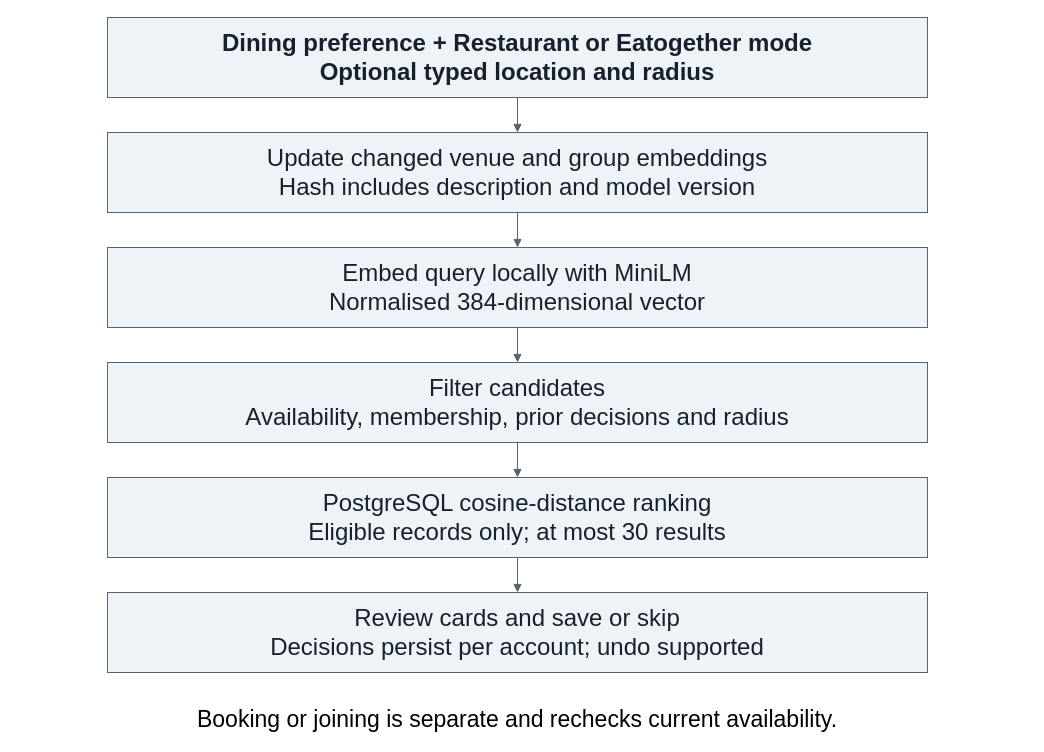
jc-ongg/26s1-sc4025-group4 keeps this draw.io diagram as page "semantic-search" (4 of 5) of reports/technical-implementation/diagrams/eatigo-technical-diagrams.drawio. Above is the earlier version. Source tidied: cells renumbered, new cells numbered last; positions are measured from the earlier drawing's top-left corner, leaving out a move shared by most shapes. Both pictures are drawn from the tidied source at 100%, with x=0, y=0 at pixel (17, 17).
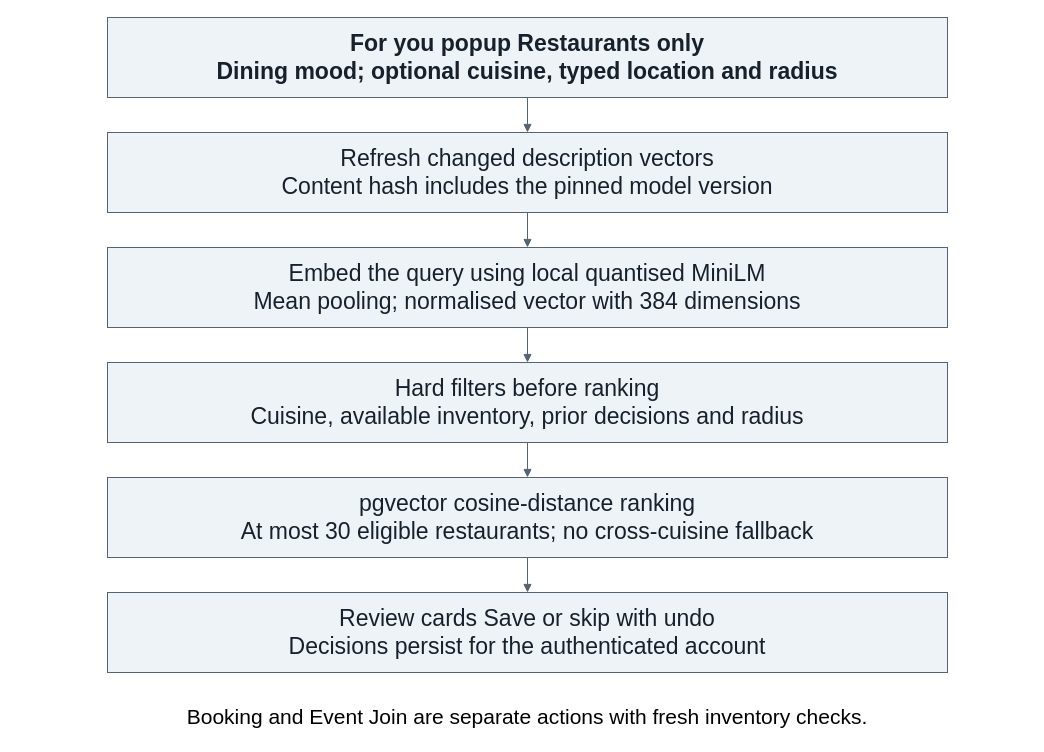
The same page after the edit.

Commit message (it also covers changes not shown here):
docs: update technical report for current EatTogether MVP

Diff of the diagram source:
```diff
@@
 <mxGraphModel>
   <root>
     <mxCell id="0" />
     <mxCell id="1" parent="0" />
-    <mxCell id="2" value="Dining preference + Restaurant or Eatogether mode&#10;Optional typed location and radius" style="rounded=0;whiteSpace=wrap;html=0;fillColor=#EEF3F7;strokeColor=#566472;fontColor=#17212B;fontSize=24;fontFamily=Arial;fontStyle=1;" parent="1" vertex="1">
-      <mxGeometry x="90" width="820" height="80" as="geometry" />
+    <mxCell id="2" value="For you popup   Restaurants only&#10;Dining mood; optional cuisine, typed location and radius" style="rounded=0;whiteSpace=wrap;html=0;fillColor=#EEF3F7;strokeColor=#566472;fontColor=#17212B;fontSize=23;fontFamily=Arial;fontStyle=1;" parent="1" vertex="1">
+      <mxGeometry x="90" width="840" height="80" as="geometry" />
     </mxCell>
     <mxCell id="3" style="edgeStyle=none;endArrow=block;html=0;fontSize=20;fontFamily=Arial;strokeColor=#566472;labelBackgroundColor=#FFFFFF;" parent="1" edge="1">
       <mxGeometry relative="1" as="geometry">
-        <mxPoint x="500" y="80" as="sourcePoint" />
-        <mxPoint x="500" y="115" as="targetPoint" />
+        <mxPoint x="510" y="80" as="sourcePoint" />
+        <mxPoint x="510" y="115" as="targetPoint" />
       </mxGeometry>
     </mxCell>
-    <mxCell id="4" value="Update changed venue and group embeddings&#10;Hash includes description and model version" style="rounded=0;whiteSpace=wrap;html=0;fillColor=#EEF3F7;strokeColor=#566472;fontColor=#17212B;fontSize=24;fontFamily=Arial;fontStyle=0;" parent="1" vertex="1">
-      <mxGeometry x="90" y="115" width="820" height="80" as="geometry" />
+    <mxCell id="4" value="Refresh changed description vectors&#10;Content hash includes the pinned model version" style="rounded=0;whiteSpace=wrap;html=0;fillColor=#EEF3F7;strokeColor=#566472;fontColor=#17212B;fontSize=23;fontFamily=Arial;fontStyle=0;" parent="1" vertex="1">
+      <mxGeometry x="90" y="115" width="840" height="80" as="geometry" />
     </mxCell>
     <mxCell id="5" style="edgeStyle=none;endArrow=block;html=0;fontSize=20;fontFamily=Arial;strokeColor=#566472;labelBackgroundColor=#FFFFFF;" parent="1" edge="1">
       <mxGeometry relative="1" as="geometry">
-        <mxPoint x="500" y="195" as="sourcePoint" />
-        <mxPoint x="500" y="230" as="targetPoint" />
+        <mxPoint x="510" y="195" as="sourcePoint" />
+        <mxPoint x="510" y="230" as="targetPoint" />
       </mxGeometry>
     </mxCell>
-    <mxCell id="6" value="Embed query locally with MiniLM&#10;Normalised 384-dimensional vector" style="rounded=0;whiteSpace=wrap;html=0;fillColor=#EEF3F7;strokeColor=#566472;fontColor=#17212B;fontSize=24;fontFamily=Arial;fontStyle=0;" parent="1" vertex="1">
-      <mxGeometry x="90" y="230" width="820" height="80" as="geometry" />
+    <mxCell id="6" value="Embed the query using local quantised MiniLM&#10;Mean pooling; normalised vector with 384 dimensions" style="rounded=0;whiteSpace=wrap;html=0;fillColor=#EEF3F7;strokeColor=#566472;fontColor=#17212B;fontSize=23;fontFamily=Arial;fontStyle=0;" parent="1" vertex="1">
+      <mxGeometry x="90" y="230" width="840" height="80" as="geometry" />
     </mxCell>
     <mxCell id="7" style="edgeStyle=none;endArrow=block;html=0;fontSize=20;fontFamily=Arial;strokeColor=#566472;labelBackgroundColor=#FFFFFF;" parent="1" edge="1">
       <mxGeometry relative="1" as="geometry">
-        <mxPoint x="500" y="310" as="sourcePoint" />
-        <mxPoint x="500" y="345" as="targetPoint" />
+        <mxPoint x="510" y="310" as="sourcePoint" />
+        <mxPoint x="510" y="345" as="targetPoint" />
       </mxGeometry>
     </mxCell>
-    <mxCell id="8" value="Filter candidates&#10;Availability, membership, prior decisions and radius" style="rounded=0;whiteSpace=wrap;html=0;fillColor=#EEF3F7;strokeColor=#566472;fontColor=#17212B;fontSize=24;fontFamily=Arial;fontStyle=0;" parent="1" vertex="1">
-      <mxGeometry x="90" y="345" width="820" height="80" as="geometry" />
+    <mxCell id="8" value="Hard filters before ranking&#10;Cuisine, available inventory, prior decisions and radius" style="rounded=0;whiteSpace=wrap;html=0;fillColor=#EEF3F7;strokeColor=#566472;fontColor=#17212B;fontSize=23;fontFamily=Arial;fontStyle=0;" parent="1" vertex="1">
+      <mxGeometry x="90" y="345" width="840" height="80" as="geometry" />
     </mxCell>
     <mxCell id="9" style="edgeStyle=none;endArrow=block;html=0;fontSize=20;fontFamily=Arial;strokeColor=#566472;labelBackgroundColor=#FFFFFF;" parent="1" edge="1">
       <mxGeometry relative="1" as="geometry">
-        <mxPoint x="500" y="425" as="sourcePoint" />
-        <mxPoint x="500" y="460" as="targetPoint" />
+        <mxPoint x="510" y="425" as="sourcePoint" />
+        <mxPoint x="510" y="460" as="targetPoint" />
       </mxGeometry>
     </mxCell>
-    <mxCell id="10" value="PostgreSQL cosine-distance ranking&#10;Eligible records only; at most 30 results" style="rounded=0;whiteSpace=wrap;html=0;fillColor=#EEF3F7;strokeColor=#566472;fontColor=#17212B;fontSize=24;fontFamily=Arial;fontStyle=0;" parent="1" vertex="1">
-      <mxGeometry x="90" y="460" width="820" height="80" as="geometry" />
+    <mxCell id="10" value="pgvector cosine-distance ranking&#10;At most 30 eligible restaurants; no cross-cuisine fallback" style="rounded=0;whiteSpace=wrap;html=0;fillColor=#EEF3F7;strokeColor=#566472;fontColor=#17212B;fontSize=23;fontFamily=Arial;fontStyle=0;" parent="1" vertex="1">
+      <mxGeometry x="90" y="460" width="840" height="80" as="geometry" />
     </mxCell>
     <mxCell id="11" style="edgeStyle=none;endArrow=block;html=0;fontSize=20;fontFamily=Arial;strokeColor=#566472;labelBackgroundColor=#FFFFFF;" parent="1" edge="1">
       <mxGeometry relative="1" as="geometry">
-        <mxPoint x="500" y="540" as="sourcePoint" />
-        <mxPoint x="500" y="575" as="targetPoint" />
+        <mxPoint x="510" y="540" as="sourcePoint" />
+        <mxPoint x="510" y="575" as="targetPoint" />
       </mxGeometry>
     </mxCell>
-    <mxCell id="12" value="Review cards and save or skip&#10;Decisions persist per account; undo supported" style="rounded=0;whiteSpace=wrap;html=0;fillColor=#EEF3F7;strokeColor=#566472;fontColor=#17212B;fontSize=24;fontFamily=Arial;fontStyle=0;" parent="1" vertex="1">
-      <mxGeometry x="90" y="575" width="820" height="80" as="geometry" />
+    <mxCell id="12" value="Review cards   Save or skip with undo&#10;Decisions persist for the authenticated account" style="rounded=0;whiteSpace=wrap;html=0;fillColor=#EEF3F7;strokeColor=#566472;fontColor=#17212B;fontSize=23;fontFamily=Arial;fontStyle=0;" parent="1" vertex="1">
+      <mxGeometry x="90" y="575" width="840" height="80" as="geometry" />
     </mxCell>
-    <mxCell id="13" value="Booking or joining is separate and rechecks current availability." style="text;html=0;whiteSpace=wrap;align=center;verticalAlign=top;fontSize=23;fontFamily=Arial;strokeColor=none;fillColor=none;" parent="1" vertex="1">
-      <mxGeometry y="682" width="1000" height="30" as="geometry" />
+    <mxCell id="13" value="Booking and Event Join are separate actions with fresh inventory checks." style="text;html=0;whiteSpace=wrap;align=center;verticalAlign=top;fontSize=21;fontFamily=Arial;strokeColor=none;fillColor=none;" parent="1" vertex="1">
+      <mxGeometry x="10" y="680" width="1000" height="30" as="geometry" />
     </mxCell>
   </root>
 </mxGraphModel>
```
